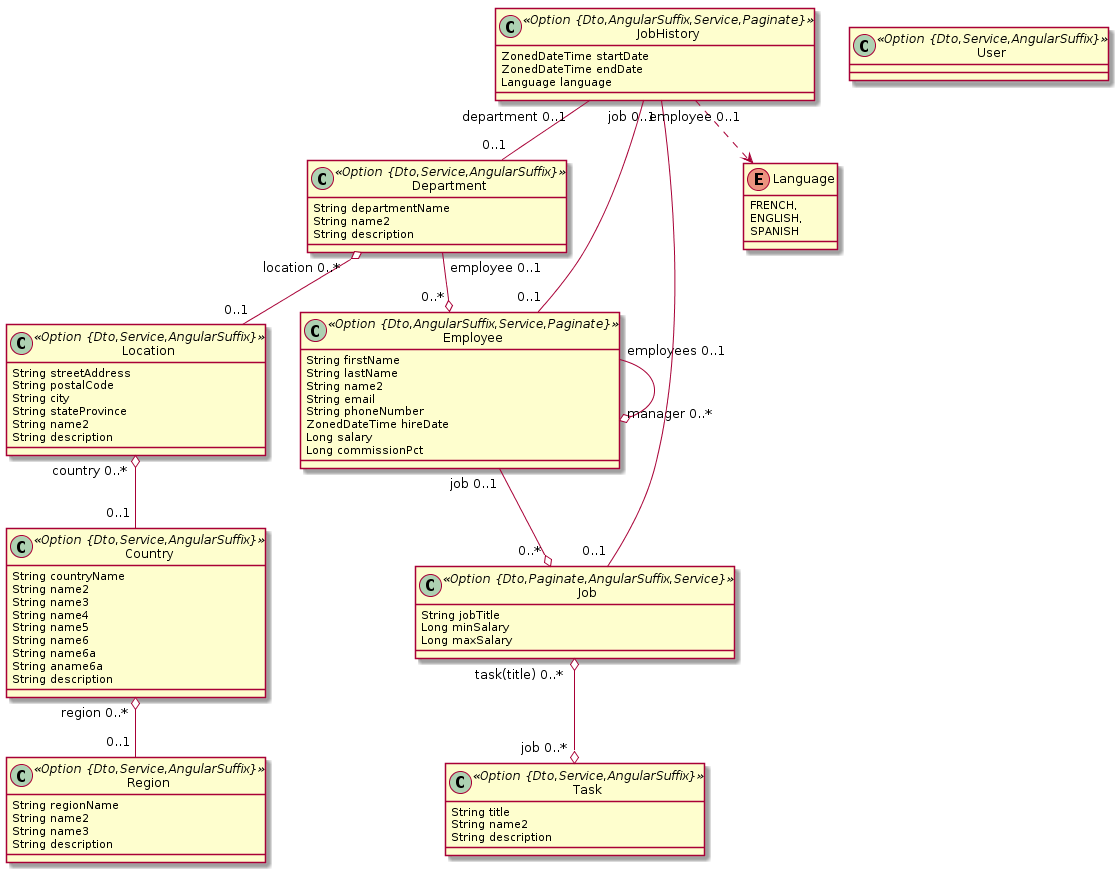
The PlantUML diagram jhipster-jdl.png in munifgebara/generator-jhipster, before a commit.
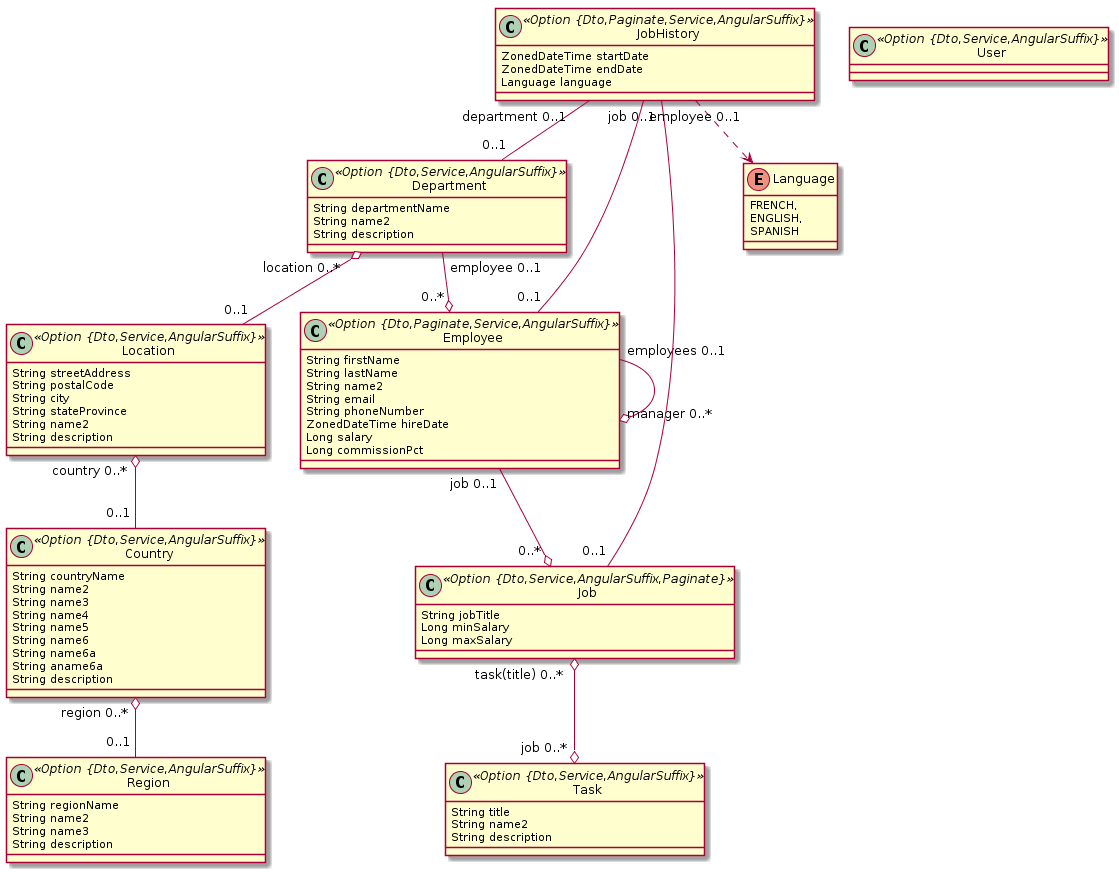
The same file after the commit.

The edit, as a diff of the source:
```diff
@@ -34,7 +34,7 @@
 		String name2
 		String description
 	}
-	class Employee <<Option {Dto,AngularSuffix,Service,Paginate}>> {
+	class Employee <<Option {Dto,Paginate,Service,AngularSuffix}>> {
 		String firstName
 		String lastName
 		String name2
@@ -44,12 +44,12 @@
 		Long salary
 		Long commissionPct
 	}
-	class Job <<Option {Dto,Paginate,AngularSuffix,Service}>> {
+	class Job <<Option {Dto,Service,AngularSuffix,Paginate}>> {
 		String jobTitle
 		Long minSalary
 		Long maxSalary
 	}
-	class JobHistory <<Option {Dto,AngularSuffix,Service,Paginate}>> {
+	class JobHistory <<Option {Dto,Paginate,Service,AngularSuffix}>> {
 		ZonedDateTime startDate
 		ZonedDateTime endDate
 		Language language
```
